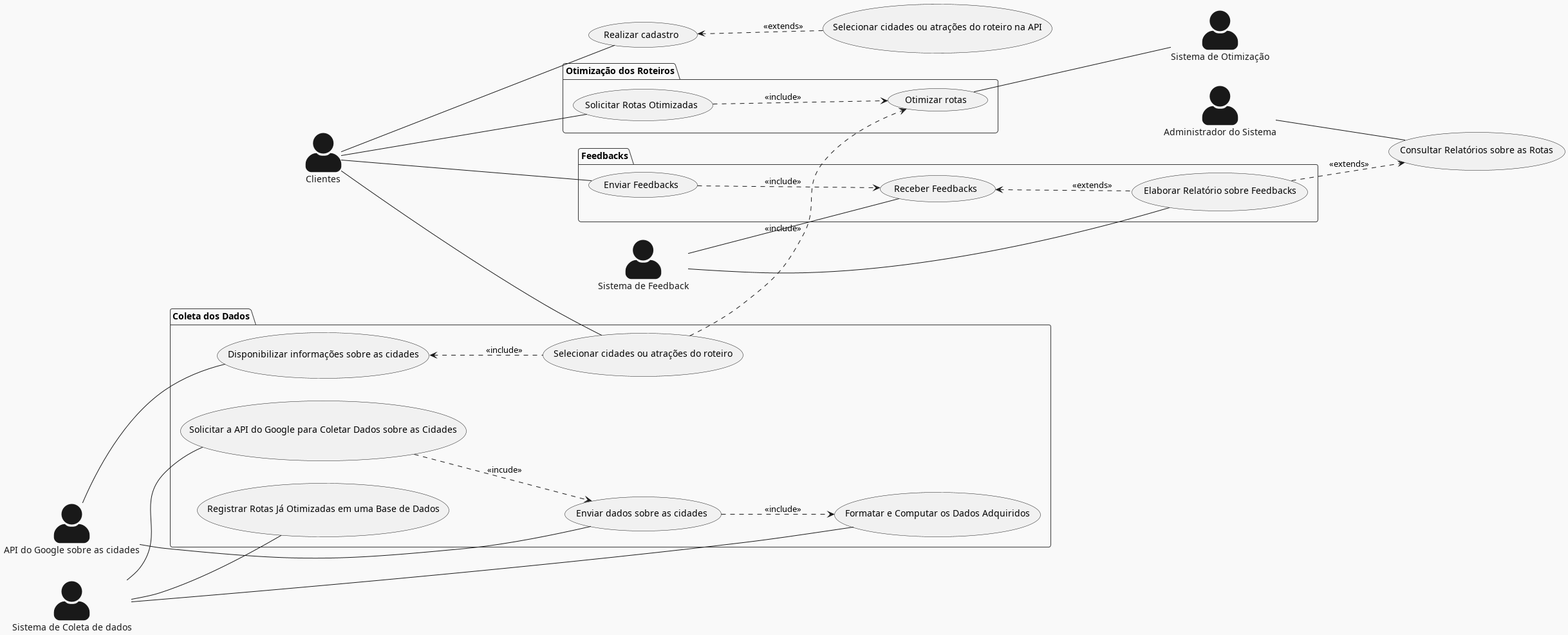
The PlantUML diagram Relatório/Semana-1/Diagramas/DCU.png in pedrodilallo/site_turismo_SIG, before a commit.
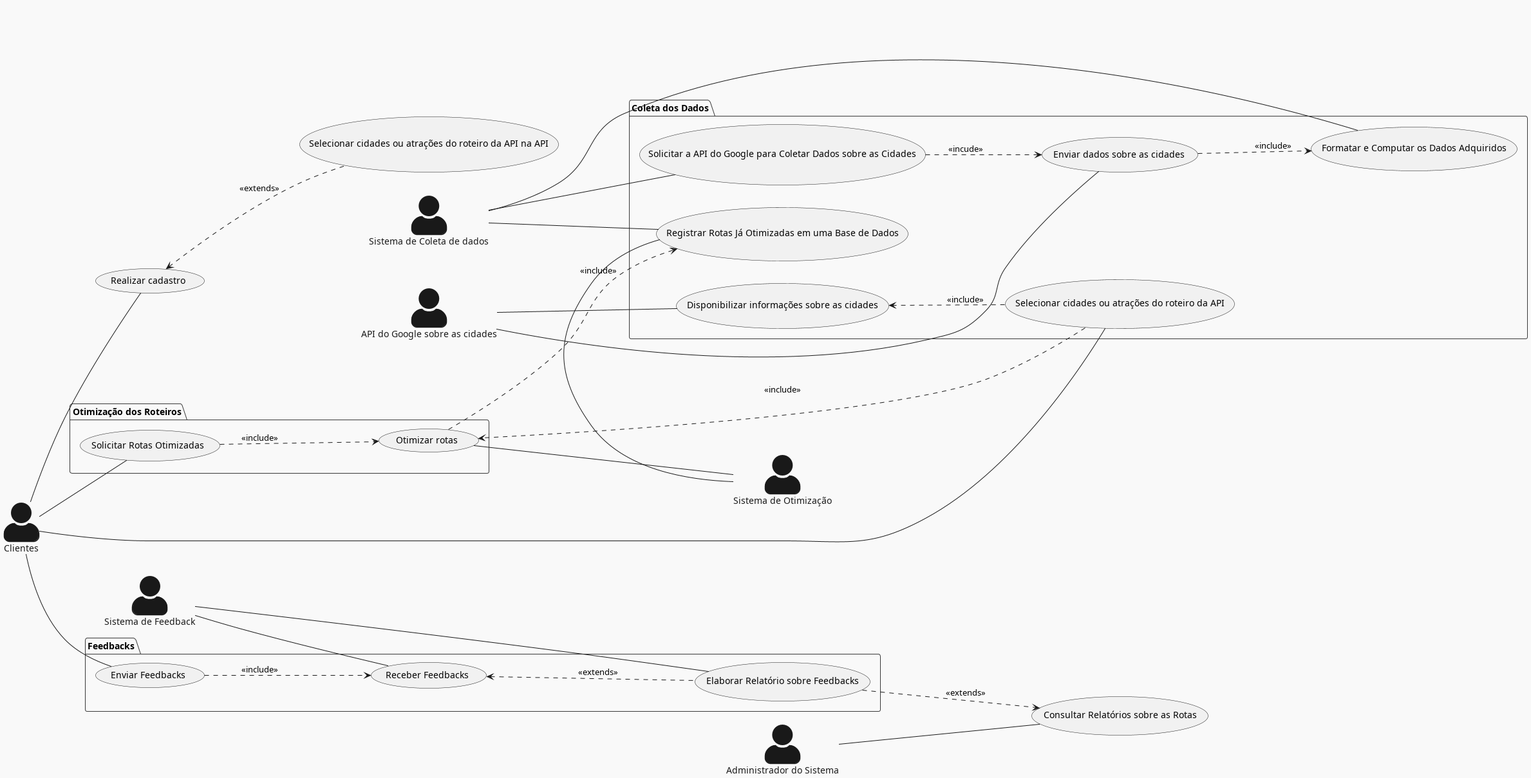
After the commit.

Commit message:
Mais correções DCU

The edit, as a diff of the source:
```diff
@@ -14,14 +14,14 @@
 
 
 package "Coleta dos Dados"{
-cliente -- (Selecionar cidades ou atrações do roteiro)
+cliente -- (Selecionar cidades ou atrações do roteiro da API)
 
 coletador -- (Solicitar a API do Google para Coletar Dados sobre as Cidades)
 coletador -- (Registrar Rotas Já Otimizadas em uma Base de Dados)
 coletador -- (Formatar e Computar os Dados Adquiridos)
 API -- (Enviar dados sobre as cidades)
 API -- (Disponibilizar informações sobre as cidades)
-(Disponibilizar informações sobre as cidades) <.. (Selecionar cidades ou atrações do roteiro) : <<include>>
+(Disponibilizar informações sobre as cidades) <.. (Selecionar cidades ou atrações do roteiro da API) : <<include>>
 
 
 
@@ -30,11 +30,12 @@
 
 package "Otimização dos Roteiros"{
 cliente -- (Solicitar Rotas Otimizadas)
+otimizador -- (Registrar Rotas Já Otimizadas em uma Base de Dados)
 (Otimizar rotas) -- otimizador
 (Solicitar Rotas Otimizadas) ..> (Otimizar rotas) : <<include>>
-(Selecionar cidades ou atrações do roteiro) ..> (Otimizar rotas): <<include>>
+(Selecionar cidades ou atrações do roteiro da API) ..> (Otimizar rotas): <<include>>
 (Solicitar a API do Google para Coletar Dados sobre as Cidades) ..> (Enviar dados sobre as cidades) : <<incude>>
-
+(Otimizar rotas) ..> (Registrar Rotas Já Otimizadas em uma Base de Dados) : <<include>>
 
 }
 
@@ -45,7 +46,7 @@
 
 
 
-(Realizar cadastro) <.. (Selecionar cidades ou atrações do roteiro na API) : <<extends>>
+(Realizar cadastro) <.. (Selecionar cidades ou atrações do roteiro da API na API) : <<extends>>
 (Enviar dados sobre as cidades) ..> (Formatar e Computar os Dados Adquiridos) : <<include>>
 
 
```
